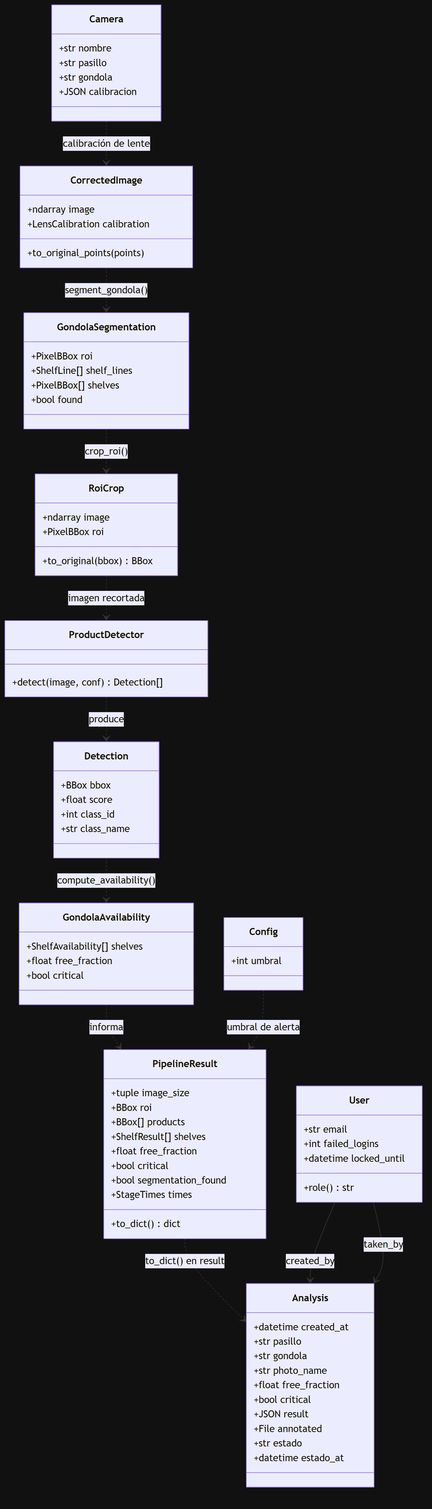
marcianabun/capstone keeps this Mermaid diagram as Fase 2/Evidencias Proyecto/Evidencias de documentación/Diseño/Diagrama de Clases.png. Above is the earlier version. Its source is kept beside it as Fase 2/Evidencias Proyecto/Evidencias de documentación/Diseño/Diagramas fuente (Mermaid)/Diagrama de Clases.mmd.
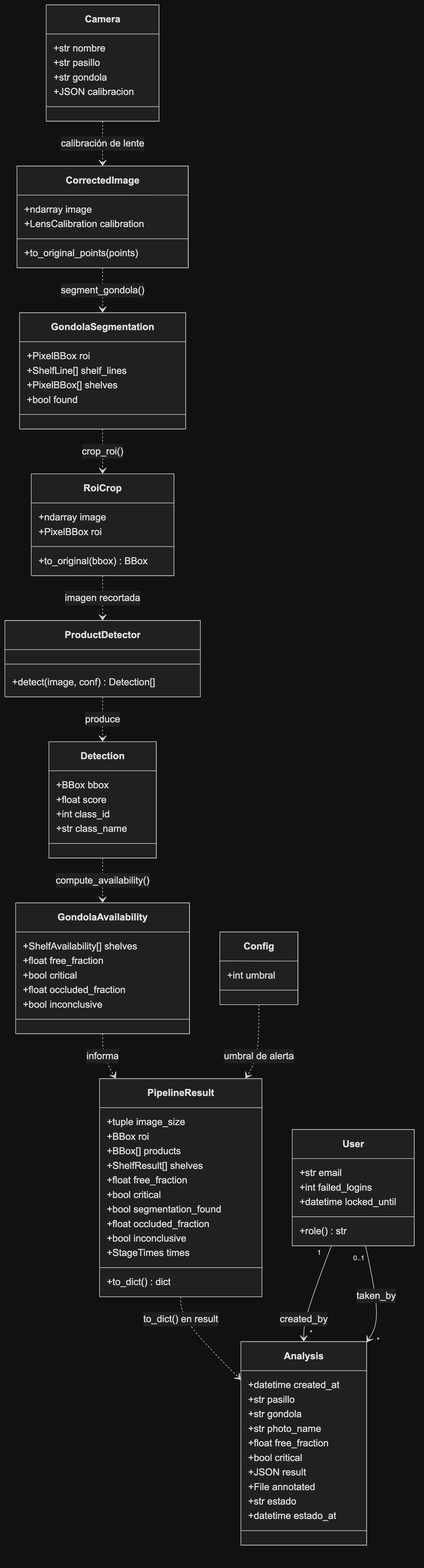
After the change.

Change to the diagram source:
```diff
@@ -30,6 +30,8 @@
         +ShelfAvailability[] shelves
         +float free_fraction
         +bool critical
+        +float occluded_fraction
+        +bool inconclusive
     }
     class PipelineResult {
         +tuple image_size
@@ -39,6 +41,8 @@
         +float free_fraction
         +bool critical
         +bool segmentation_found
+        +float occluded_fraction
+        +bool inconclusive
         +StageTimes times
         +to_dict() dict
     }
```
